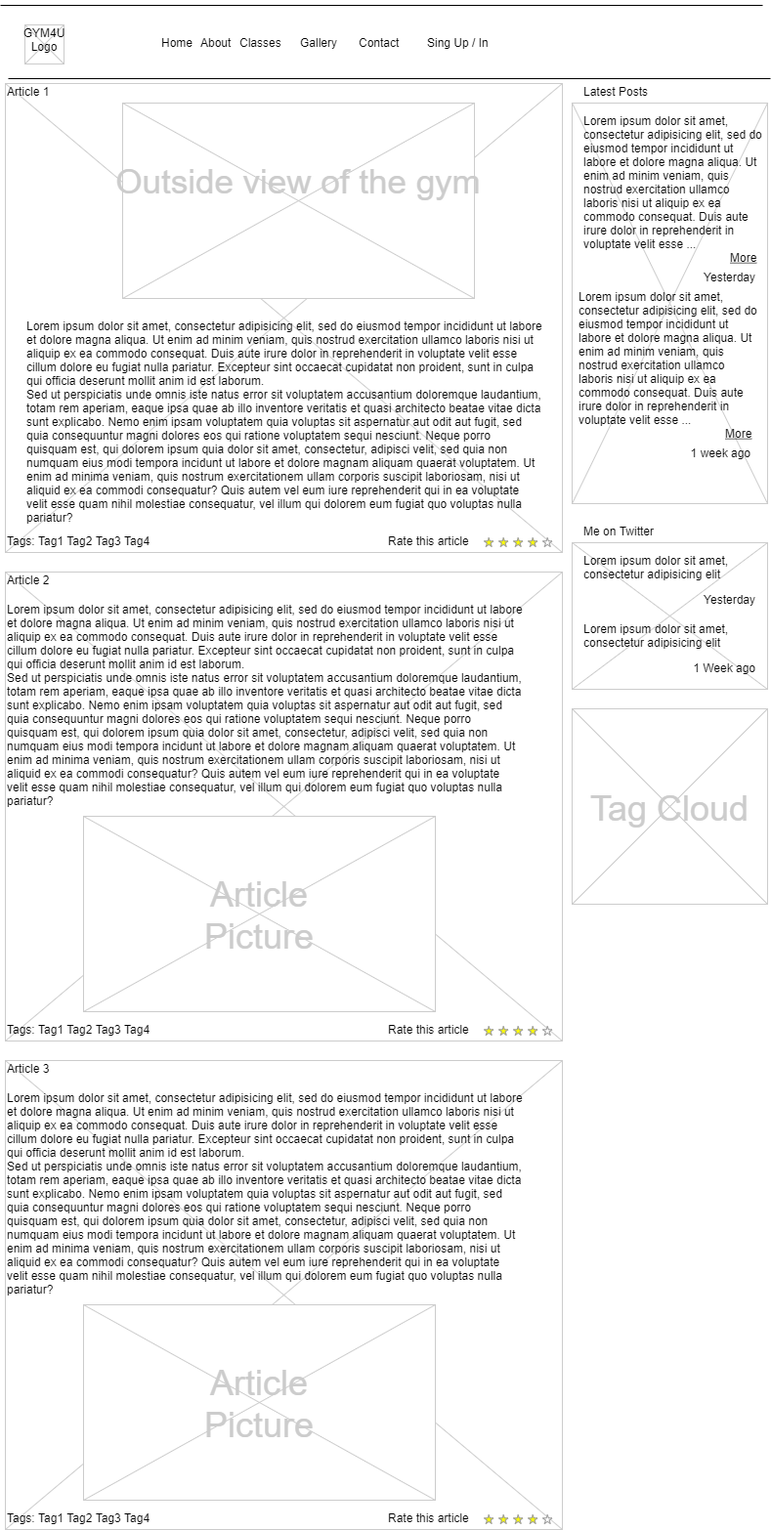
Before: Untitled Diagram.png, a diagram exported from draw.io (MariuszKaminski/Milestone-Project-1). Source tidied: cells renumbered, new cells last; positions are measured from the earlier drawing's top-left corner, leaving out a move shared by most shapes.
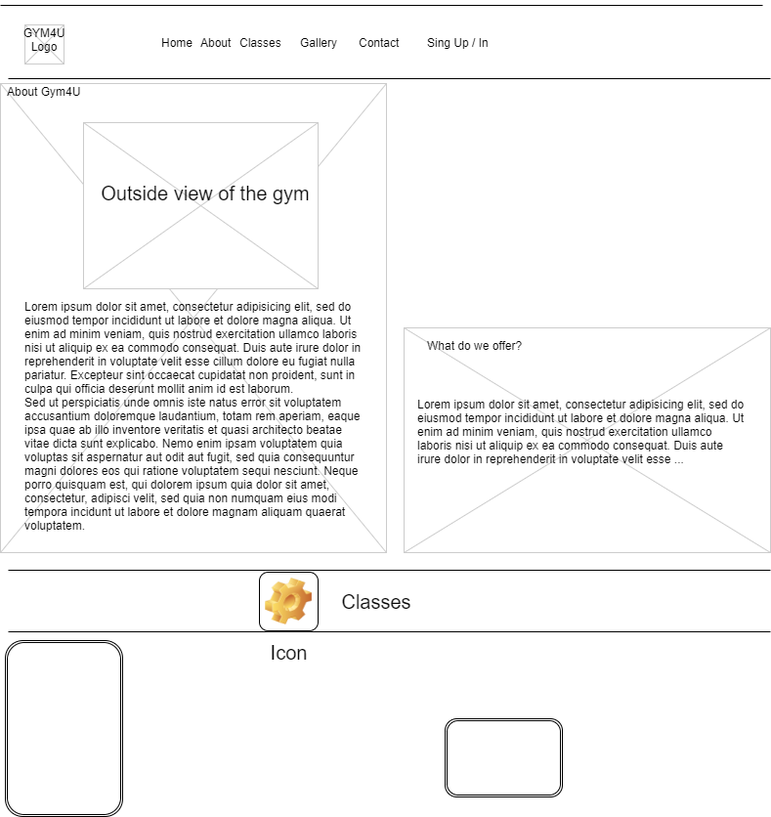
Above is the later version.

Commit message:
home page texts added

Diff of the diagram source:
```diff
@@ -3,10 +3,10 @@
     <mxCell id="0" />
     <mxCell id="1" parent="0" />
     <mxCell id="2" style="verticalLabelPosition=bottom;verticalAlign=top;strokeWidth=1;shape=mxgraph.mockup.graphics.iconGrid;strokeColor=#CCCCCC;gridSize=1,1;" parent="1" vertex="1">
-      <mxGeometry x="585" y="105" width="200" height="410" as="geometry" />
+      <mxGeometry x="413" y="335" width="375" height="230" as="geometry" />
     </mxCell>
     <mxCell id="3" style="verticalLabelPosition=bottom;verticalAlign=top;strokeWidth=1;shape=mxgraph.mockup.graphics.iconGrid;strokeColor=#CCCCCC;gridSize=1,1;" parent="1" vertex="1">
-      <mxGeometry x="5" y="85" width="570" height="480" as="geometry" />
+      <mxGeometry y="85" width="395" height="480" as="geometry" />
     </mxCell>
     <mxCell id="4" style="line;strokeWidth=1;" parent="1" vertex="1">
       <mxGeometry width="780" height="10" as="geometry" />
@@ -23,33 +23,18 @@
     <mxCell id="8" value="Sing Up / In" style="text;spacingTop=-5;" parent="1" vertex="1">
       <mxGeometry x="435" y="35" width="30" height="20" as="geometry" />
     </mxCell>
-    <mxCell id="9" value="Article 1" style="text;spacingTop=-5;" parent="1" vertex="1">
+    <mxCell id="9" value="About Gym4U" style="text;spacingTop=-5;" parent="1" vertex="1">
       <mxGeometry x="5" y="85" width="30" height="20" as="geometry" />
     </mxCell>
-    <mxCell id="10" value="Lorem ipsum dolor sit amet, consectetur adipisicing elit, sed do eiusmod tempor incididunt ut labore et dolore magna aliqua. Ut enim ad minim veniam, quis nostrud exercitation ullamco laboris nisi ut aliquip ex ea commodo consequat. Duis aute irure dolor in reprehenderit in voluptate velit esse cillum dolore eu fugiat nulla pariatur. Excepteur sint occaecat cupidatat non proident, sunt in culpa qui officia deserunt mollit anim id est laborum.&#10;Sed ut perspiciatis unde omnis iste natus error sit voluptatem accusantium doloremque laudantium, totam rem aperiam, eaque ipsa quae ab illo inventore veritatis et quasi architecto beatae vitae dicta sunt explicabo. Nemo enim ipsam voluptatem quia voluptas sit aspernatur aut odit aut fugit, sed quia consequuntur magni dolores eos qui ratione voluptatem sequi nesciunt. Neque porro quisquam est, qui dolorem ipsum quia dolor sit amet, consectetur, adipisci velit, sed quia non numquam eius modi tempora incidunt ut labore et dolore magnam aliquam quaerat voluptatem. Ut enim ad minima veniam, quis nostrum exercitationem ullam corporis suscipit laboriosam, nisi ut aliquid ex ea commodi consequatur? Quis autem vel eum iure reprehenderit qui in ea voluptate velit esse quam nihil molestiae consequatur, vel illum qui dolorem eum fugiat quo voluptas nulla pariatur?" style="text;spacingTop=-5;whiteSpace=wrap;align=left;" parent="1" vertex="1">
-      <mxGeometry x="25" y="325" width="530" height="250" as="geometry" />
+    <mxCell id="10" value="Lorem ipsum dolor sit amet, consectetur adipisicing elit, sed do eiusmod tempor incididunt ut labore et dolore magna aliqua. Ut enim ad minim veniam, quis nostrud exercitation ullamco laboris nisi ut aliquip ex ea commodo consequat. Duis aute irure dolor in reprehenderit in voluptate velit esse cillum dolore eu fugiat nulla pariatur. Excepteur sint occaecat cupidatat non proident, sunt in culpa qui officia deserunt mollit anim id est laborum.&#10;Sed ut perspiciatis unde omnis iste natus error sit voluptatem accusantium doloremque laudantium, totam rem aperiam, eaque ipsa quae ab illo inventore veritatis et quasi architecto beatae vitae dicta sunt explicabo. Nemo enim ipsam voluptatem quia voluptas sit aspernatur aut odit aut fugit, sed quia consequuntur magni dolores eos qui ratione voluptatem sequi nesciunt. Neque porro quisquam est, qui dolorem ipsum quia dolor sit amet, consectetur, adipisci velit, sed quia non numquam eius modi tempora incidunt ut labore et dolore magnam aliquam quaerat voluptatem. " style="text;spacingTop=-5;whiteSpace=wrap;align=left;" parent="1" vertex="1">
+      <mxGeometry x="22.5" y="305" width="350" height="230" as="geometry" />
     </mxCell>
-    <mxCell id="11" value="Latest Posts" style="text;spacingTop=-5;" parent="1" vertex="1">
-      <mxGeometry x="595" y="85" width="30" height="20" as="geometry" />
+    <mxCell id="11" value="What do we offer?" style="text;spacingTop=-5;" parent="1" vertex="1">
+      <mxGeometry x="435" y="345" width="70" height="20" as="geometry" />
     </mxCell>
     <mxCell id="12" value="Lorem ipsum dolor sit amet, consectetur adipisicing elit, sed do eiusmod tempor incididunt ut labore et dolore magna aliqua. Ut enim ad minim veniam, quis nostrud exercitation ullamco laboris nisi ut aliquip ex ea commodo consequat. Duis aute irure dolor in reprehenderit in voluptate velit esse ..." style="text;spacingTop=-5;whiteSpace=wrap;align=left;" parent="1" vertex="1">
-      <mxGeometry x="595" y="115" width="190" height="140" as="geometry" />
+      <mxGeometry x="425" y="405" width="340" height="140" as="geometry" />
     </mxCell>
-    <mxCell id="13" value="More" style="text;spacingTop=-5;fontStyle=4;" parent="1" vertex="1">
-      <mxGeometry x="745" y="255" width="30" height="20" as="geometry" />
-    </mxCell>
-    <mxCell id="14" value="Yesterday" style="text;spacingTop=-5;fontStyle=0;align=right;" parent="1" vertex="1">
-      <mxGeometry x="745" y="275" width="30" height="20" as="geometry" />
-    </mxCell>
-    <mxCell id="15" value="Lorem ipsum dolor sit amet, consectetur adipisicing elit, sed do eiusmod tempor incididunt ut labore et dolore magna aliqua. Ut enim ad minim veniam, quis nostrud exercitation ullamco laboris nisi ut aliquip ex ea commodo consequat. Duis aute irure dolor in reprehenderit in voluptate velit esse ..." style="text;spacingTop=-5;whiteSpace=wrap;align=left;" parent="1" vertex="1">
-      <mxGeometry x="590" y="295" width="190" height="140" as="geometry" />
-    </mxCell>
-    <mxCell id="16" value="More" style="text;spacingTop=-5;fontStyle=4;" parent="1" vertex="1">
-      <mxGeometry x="740" y="435" width="30" height="20" as="geometry" />
-    </mxCell>
-    <mxCell id="17" value="1 week ago" style="text;spacingTop=-5;fontStyle=0;align=right;" parent="1" vertex="1">
-      <mxGeometry x="740" y="455" width="30" height="20" as="geometry" />
-    </mxCell>
     <mxCell id="18" style="verticalLabelPosition=bottom;verticalAlign=top;strokeWidth=1;shape=mxgraph.mockup.graphics.iconGrid;strokeColor=#CCCCCC;gridSize=1,1;" parent="1" vertex="1">
       <mxGeometry x="25" y="25" width="40" height="40" as="geometry" />
     </mxCell>
@@ -66,91 +51,28 @@
       <mxGeometry x="365" y="35" width="30" height="20" as="geometry" />
     </mxCell>
     <mxCell id="23" style="verticalLabelPosition=bottom;verticalAlign=top;strokeWidth=1;shape=mxgraph.mockup.graphics.iconGrid;strokeColor=#CCCCCC;gridSize=1,1;" parent="1" vertex="1">
-      <mxGeometry x="125" y="105" width="360" height="200" as="geometry" />
+      <mxGeometry x="85" y="125" width="240" height="170" as="geometry" />
     </mxCell>
-    <mxCell id="24" value="Outside view of the gym&#10;" style="text;spacingTop=-5;align=center;verticalAlign=middle;fontSize=35;fontColor=#CCCCCC;" parent="1" vertex="1">
-      <mxGeometry x="125" y="105" width="360" height="200" as="geometry" />
+    <mxCell id="24" value="Outside view of the gym&#10;" style="text;spacingTop=-5;align=center;verticalAlign=middle;fontSize=20;fontColor=#080808;" parent="1" vertex="1">
+      <mxGeometry x="95" y="135" width="230" height="150" as="geometry" />
     </mxCell>
-    <mxCell id="25" style="verticalLabelPosition=bottom;verticalAlign=top;strokeWidth=1;shape=mxgraph.mockup.graphics.iconGrid;strokeColor=#CCCCCC;gridSize=1,1;" parent="1" vertex="1">
-      <mxGeometry x="5" y="585" width="570" height="480" as="geometry" />
-    </mxCell>
-    <mxCell id="26" value="Article 2" style="text;spacingTop=-5;" parent="1" vertex="1">
-      <mxGeometry x="5" y="585" width="30" height="20" as="geometry" />
-    </mxCell>
-    <mxCell id="27" value="Lorem ipsum dolor sit amet, consectetur adipisicing elit, sed do eiusmod tempor incididunt ut labore et dolore magna aliqua. Ut enim ad minim veniam, quis nostrud exercitation ullamco laboris nisi ut aliquip ex ea commodo consequat. Duis aute irure dolor in reprehenderit in voluptate velit esse cillum dolore eu fugiat nulla pariatur. Excepteur sint occaecat cupidatat non proident, sunt in culpa qui officia deserunt mollit anim id est laborum.&#10;Sed ut perspiciatis unde omnis iste natus error sit voluptatem accusantium doloremque laudantium, totam rem aperiam, eaque ipsa quae ab illo inventore veritatis et quasi architecto beatae vitae dicta sunt explicabo. Nemo enim ipsam voluptatem quia voluptas sit aspernatur aut odit aut fugit, sed quia consequuntur magni dolores eos qui ratione voluptatem sequi nesciunt. Neque porro quisquam est, qui dolorem ipsum quia dolor sit amet, consectetur, adipisci velit, sed quia non numquam eius modi tempora incidunt ut labore et dolore magnam aliquam quaerat voluptatem. Ut enim ad minima veniam, quis nostrum exercitationem ullam corporis suscipit laboriosam, nisi ut aliquid ex ea commodi consequatur? Quis autem vel eum iure reprehenderit qui in ea voluptate velit esse quam nihil molestiae consequatur, vel illum qui dolorem eum fugiat quo voluptas nulla pariatur?" style="text;spacingTop=-5;whiteSpace=wrap;align=left;" parent="1" vertex="1">
-      <mxGeometry x="5" y="615" width="530" height="250" as="geometry" />
-    </mxCell>
-    <mxCell id="28" style="verticalLabelPosition=bottom;verticalAlign=top;strokeWidth=1;shape=mxgraph.mockup.graphics.iconGrid;strokeColor=#CCCCCC;gridSize=1,1;" parent="1" vertex="1">
-      <mxGeometry x="85" y="835" width="360" height="200" as="geometry" />
-    </mxCell>
-    <mxCell id="29" value="Article&#10;Picture" style="text;spacingTop=-5;align=center;verticalAlign=middle;fontSize=36;fontColor=#CCCCCC;" parent="1" vertex="1">
-      <mxGeometry x="85" y="835" width="360" height="200" as="geometry" />
-    </mxCell>
-    <mxCell id="30" style="verticalLabelPosition=bottom;verticalAlign=top;strokeWidth=1;shape=mxgraph.mockup.graphics.iconGrid;strokeColor=#CCCCCC;gridSize=1,1;" parent="1" vertex="1">
-      <mxGeometry x="5" y="1085" width="570" height="480" as="geometry" />
-    </mxCell>
-    <mxCell id="31" value="Article 3" style="text;spacingTop=-5;" parent="1" vertex="1">
-      <mxGeometry x="5" y="1085" width="30" height="20" as="geometry" />
-    </mxCell>
-    <mxCell id="32" value="Lorem ipsum dolor sit amet, consectetur adipisicing elit, sed do eiusmod tempor incididunt ut labore et dolore magna aliqua. Ut enim ad minim veniam, quis nostrud exercitation ullamco laboris nisi ut aliquip ex ea commodo consequat. Duis aute irure dolor in reprehenderit in voluptate velit esse cillum dolore eu fugiat nulla pariatur. Excepteur sint occaecat cupidatat non proident, sunt in culpa qui officia deserunt mollit anim id est laborum.&#10;Sed ut perspiciatis unde omnis iste natus error sit voluptatem accusantium doloremque laudantium, totam rem aperiam, eaque ipsa quae ab illo inventore veritatis et quasi architecto beatae vitae dicta sunt explicabo. Nemo enim ipsam voluptatem quia voluptas sit aspernatur aut odit aut fugit, sed quia consequuntur magni dolores eos qui ratione voluptatem sequi nesciunt. Neque porro quisquam est, qui dolorem ipsum quia dolor sit amet, consectetur, adipisci velit, sed quia non numquam eius modi tempora incidunt ut labore et dolore magnam aliquam quaerat voluptatem. Ut enim ad minima veniam, quis nostrum exercitationem ullam corporis suscipit laboriosam, nisi ut aliquid ex ea commodi consequatur? Quis autem vel eum iure reprehenderit qui in ea voluptate velit esse quam nihil molestiae consequatur, vel illum qui dolorem eum fugiat quo voluptas nulla pariatur?" style="text;spacingTop=-5;whiteSpace=wrap;align=left;" parent="1" vertex="1">
-      <mxGeometry x="5" y="1115" width="530" height="250" as="geometry" />
-    </mxCell>
-    <mxCell id="33" style="verticalLabelPosition=bottom;verticalAlign=top;strokeWidth=1;shape=mxgraph.mockup.graphics.iconGrid;strokeColor=#CCCCCC;gridSize=1,1;" parent="1" vertex="1">
-      <mxGeometry x="85" y="1335" width="360" height="200" as="geometry" />
-    </mxCell>
-    <mxCell id="34" value="Article&#10;Picture" style="text;spacingTop=-5;align=center;verticalAlign=middle;fontSize=36;fontColor=#CCCCCC;" parent="1" vertex="1">
-      <mxGeometry x="85" y="1335" width="360" height="200" as="geometry" />
-    </mxCell>
-    <mxCell id="35" style="verticalLabelPosition=bottom;verticalAlign=top;strokeWidth=1;shape=mxgraph.mockup.misc.rating;strokeColor=#999999;fillColor=#ffff00;emptyFillColor=#ffffff;grade=4;ratingScale=5;ratingStyle=star;" parent="1" vertex="1">
-      <mxGeometry x="495" y="550" width="77.5" height="10" as="geometry" />
-    </mxCell>
-    <mxCell id="36" value="Rate this article" style="text;spacingTop=-5;" parent="1" vertex="1">
-      <mxGeometry x="395" y="545" width="30" height="20" as="geometry" />
-    </mxCell>
-    <mxCell id="37" style="verticalLabelPosition=bottom;verticalAlign=top;strokeWidth=1;shape=mxgraph.mockup.misc.rating;strokeColor=#999999;fillColor=#ffff00;emptyFillColor=#ffffff;grade=4;ratingScale=5;ratingStyle=star;" parent="1" vertex="1">
-      <mxGeometry x="495" y="1050" width="77.5" height="10" as="geometry" />
-    </mxCell>
-    <mxCell id="38" value="Rate this article" style="text;spacingTop=-5;" parent="1" vertex="1">
-      <mxGeometry x="395" y="1045" width="30" height="20" as="geometry" />
-    </mxCell>
-    <mxCell id="39" style="verticalLabelPosition=bottom;verticalAlign=top;strokeWidth=1;shape=mxgraph.mockup.misc.rating;strokeColor=#999999;fillColor=#ffff00;emptyFillColor=#ffffff;grade=4;ratingScale=5;ratingStyle=star;" parent="1" vertex="1">
-      <mxGeometry x="495" y="1550" width="77.5" height="10" as="geometry" />
-    </mxCell>
-    <mxCell id="40" value="Rate this article" style="text;spacingTop=-5;" parent="1" vertex="1">
-      <mxGeometry x="395" y="1545" width="30" height="20" as="geometry" />
-    </mxCell>
-    <mxCell id="41" value="Tags: Tag1 Tag2 Tag3 Tag4" style="text;spacingTop=-5;" parent="1" vertex="1">
-      <mxGeometry x="5" y="545" width="210" height="20" as="geometry" />
-    </mxCell>
-    <mxCell id="42" value="Tags: Tag1 Tag2 Tag3 Tag4" style="text;spacingTop=-5;" parent="1" vertex="1">
-      <mxGeometry x="5" y="1045" width="210" height="20" as="geometry" />
-    </mxCell>
-    <mxCell id="43" value="Tags: Tag1 Tag2 Tag3 Tag4" style="text;spacingTop=-5;" parent="1" vertex="1">
-      <mxGeometry x="5" y="1545" width="210" height="20" as="geometry" />
-    </mxCell>
-    <mxCell id="44" style="verticalLabelPosition=bottom;verticalAlign=top;strokeWidth=1;shape=mxgraph.mockup.graphics.iconGrid;strokeColor=#CCCCCC;gridSize=1,1;" parent="1" vertex="1">
-      <mxGeometry x="585" y="555" width="200" height="150" as="geometry" />
-    </mxCell>
-    <mxCell id="45" value="Me on Twitter" style="text;spacingTop=-5;" parent="1" vertex="1">
-      <mxGeometry x="595" y="535" width="30" height="20" as="geometry" />
-    </mxCell>
-    <mxCell id="46" value="Lorem ipsum dolor sit amet, consectetur adipisicing elit" style="text;spacingTop=-5;whiteSpace=wrap;align=left;" parent="1" vertex="1">
-      <mxGeometry x="595" y="565" width="190" height="40" as="geometry" />
-    </mxCell>
-    <mxCell id="47" value="Yesterday" style="text;spacingTop=-5;fontStyle=0;align=right;" parent="1" vertex="1">
-      <mxGeometry x="745" y="605" width="30" height="20" as="geometry" />
-    </mxCell>
-    <mxCell id="48" style="verticalLabelPosition=bottom;verticalAlign=top;strokeWidth=1;shape=mxgraph.mockup.graphics.iconGrid;strokeColor=#CCCCCC;gridSize=1,1;" parent="1" vertex="1">
-      <mxGeometry x="585" y="725" width="200" height="200" as="geometry" />
-    </mxCell>
-    <mxCell id="49" value="Tag Cloud" style="text;spacingTop=-5;align=center;verticalAlign=middle;fontSize=36;fontColor=#CCCCCC;" parent="1" vertex="1">
-      <mxGeometry x="585" y="725" width="200" height="200" as="geometry" />
-    </mxCell>
-    <mxCell id="50" value="Lorem ipsum dolor sit amet, consectetur adipisicing elit" style="text;spacingTop=-5;whiteSpace=wrap;align=left;" parent="1" vertex="1">
-      <mxGeometry x="595" y="635" width="190" height="40" as="geometry" />
-    </mxCell>
-    <mxCell id="51" value="1 Week ago" style="text;spacingTop=-5;fontStyle=0;align=right;" parent="1" vertex="1">
-      <mxGeometry x="745" y="675" width="30" height="20" as="geometry" />
-    </mxCell>
+    <mxCell id="52" style="shape=link;html=1;fontSize=20;fontColor=#080808;width=63;" parent="1" edge="1">
+      <mxGeometry relative="1" as="geometry">
+        <mxPoint x="8" y="614.5" as="sourcePoint" />
+        <mxPoint x="788" y="614.5" as="targetPoint" />
+      </mxGeometry>
+    </mxCell>
+    <mxCell id="53" value="Classes" style="text;html=1;strokeColor=none;fillColor=none;align=center;verticalAlign=middle;whiteSpace=wrap;rounded=0;fontSize=20;fontColor=#080808;" parent="1" vertex="1">
+      <mxGeometry x="365" y="605" width="40" height="20" as="geometry" />
+    </mxCell>
+    <mxCell id="54" value="Icon" style="icon;html=1;image=img/clipart/Gear_128x128.png;fontSize=20;fontColor=#080808;" parent="1" vertex="1">
+      <mxGeometry x="265" y="585" width="60" height="60" as="geometry" />
+    </mxCell>
+    <mxCell id="55" style="shape=ext;double=1;rounded=1;whiteSpace=wrap;html=1;fontSize=20;fontColor=#080808;" parent="1" vertex="1">
+      <mxGeometry x="455" y="735" width="120" height="80" as="geometry" />
+    </mxCell>
+    <mxCell id="56" style="shape=ext;double=1;rounded=1;whiteSpace=wrap;html=1;fontSize=20;fontColor=#080808;" parent="1" vertex="1">
+      <mxGeometry x="5" y="655" width="120" height="180" as="geometry" />
+    </mxCell>
   </root>
 </mxGraphModel>
```
